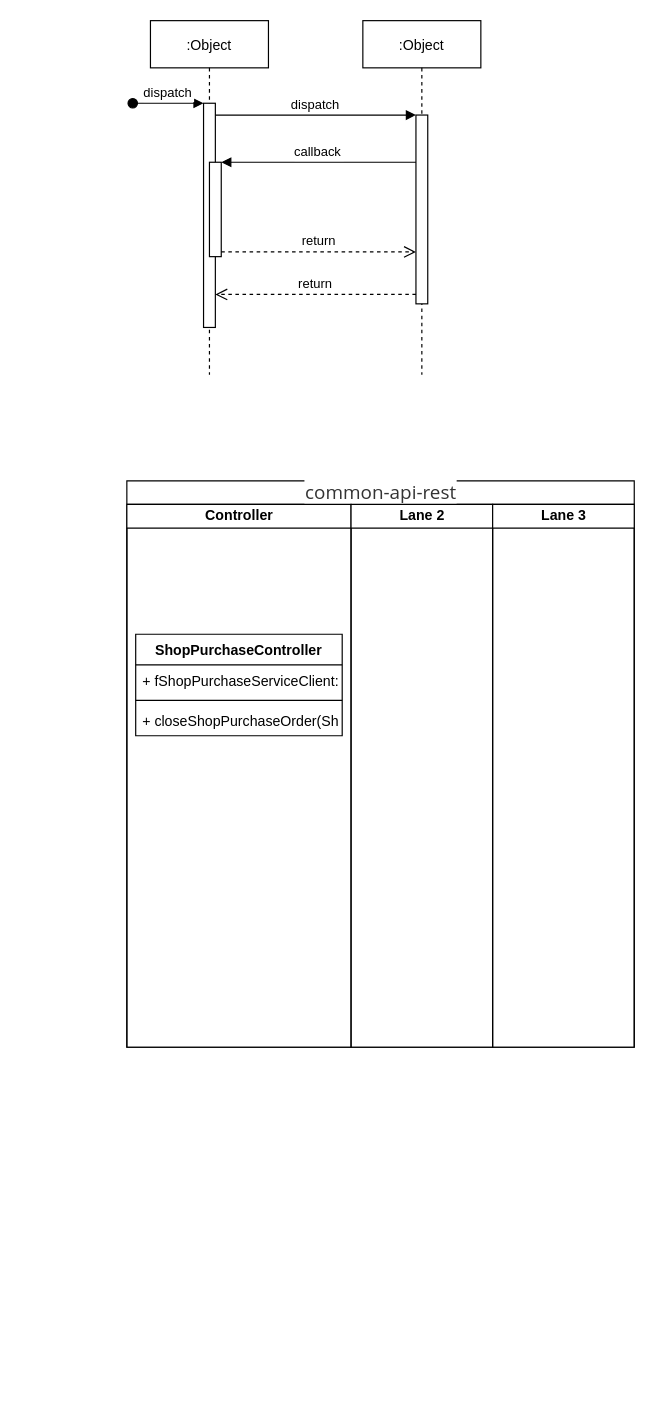
Before: diagrams/门店中心.drawio in libo9527/static, a draw.io diagram. Source tidied: cells renumbered, new cells numbered last; positions are measured from the earlier drawing's top-left corner, leaving out a move shared by most shapes. Both pictures are drawn from the tidied source at 118%, with x=0, y=0 at pixel (126, 20).
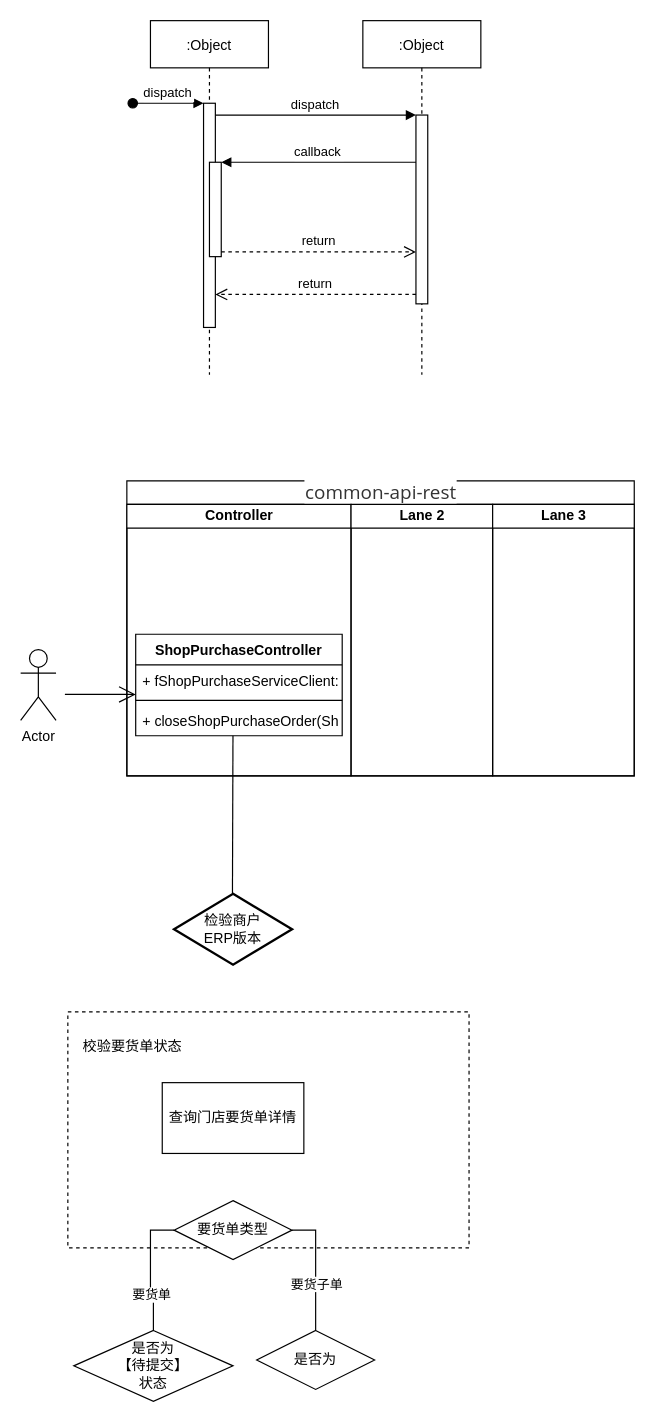
The same diagram, later.

Commit message:
更新门店中心.drawio

Unchanged cells that the change refers to:
```xml
<mxCell id="17" value="+ closeShopPurchaseOrder(ShopPurchaseOrderDto): Integer" style="text;strokeColor=none;fillColor=none;align=left;verticalAlign=top;spacingLeft=4;spacingRight=4;overflow=hidden;points=[[0,0.5],[1,0.5]];portConstraint=eastwest;" parent="14" vertex="1">
  <mxGeometry y="60" width="175" height="26" as="geometry" />
</mxCell>
```

Diff of the diagram source:
```diff
@@
     <mxCell id="12" value="&lt;span style=&quot;color: rgb(51 , 51 , 51) ; font-family: &amp;#34;open sans&amp;#34; , &amp;#34;clear sans&amp;#34; , &amp;#34;helvetica neue&amp;#34; , &amp;#34;helvetica&amp;#34; , &amp;#34;arial&amp;#34; , sans-serif ; font-size: 16px ; font-weight: 400 ; background-color: rgb(255 , 255 , 255)&quot;&gt;common-api-rest&lt;/span&gt;" style="swimlane;html=1;startSize=20;" parent="1" vertex="1">
-      <mxGeometry y="390" width="430" height="480" as="geometry" />
+      <mxGeometry y="390" width="430" height="250" as="geometry" />
     </mxCell>
     <mxCell id="13" value="Controller" style="swimlane;html=1;startSize=20;" parent="12" vertex="1">
-      <mxGeometry y="20" width="190" height="460" as="geometry" />
+      <mxGeometry y="20" width="190" height="230" as="geometry" />
     </mxCell>
@@
+    <mxCell id="20" style="endArrow=open;endFill=1;endSize=12;html=1;" parent="13" edge="1">
+      <mxGeometry relative="1" as="geometry">
+        <mxPoint x="-52.5" y="161" as="sourcePoint" />
+        <mxPoint x="7.5" y="161" as="targetPoint" />
+      </mxGeometry>
+    </mxCell>
+    <mxCell id="21" style="endArrow=none;endFill=0;endSize=12;html=1;exitX=0.471;exitY=1;exitDx=0;exitDy=0;exitPerimeter=0;" parent="13" edge="1" source="17">
+      <mxGeometry relative="1" as="geometry">
+        <mxPoint x="89.5" y="330" as="targetPoint" />
+      </mxGeometry>
+    </mxCell>
     <mxCell id="18" value="Lane 2" style="swimlane;html=1;startSize=20;" parent="12" vertex="1">
-      <mxGeometry x="190" y="20" width="120" height="460" as="geometry" />
+      <mxGeometry x="190" y="20" width="120" height="230" as="geometry" />
     </mxCell>
     <mxCell id="19" value="Lane 3" style="swimlane;html=1;startSize=20;" parent="12" vertex="1">
-      <mxGeometry x="310" y="20" width="120" height="460" as="geometry" />
+      <mxGeometry x="310" y="20" width="120" height="230" as="geometry" />
     </mxCell>
+    <mxCell id="22" value="Actor" style="shape=umlActor;verticalLabelPosition=bottom;verticalAlign=top;html=1;" parent="1" vertex="1">
+      <mxGeometry x="-90" y="533" width="30" height="60" as="geometry" />
+    </mxCell>
+    <mxCell id="23" value="检验商户&lt;br&gt;ERP版本" style="strokeWidth=2;html=1;shape=mxgraph.flowchart.decision;whiteSpace=wrap;" parent="1" vertex="1">
+      <mxGeometry x="40" y="740" width="100" height="60" as="geometry" />
+    </mxCell>
+    <mxCell id="24" style="rounded=0;whiteSpace=wrap;html=1;dashed=1;fillColor=none;" parent="1" vertex="1">
+      <mxGeometry x="-50" y="840" width="340" height="200" as="geometry" />
+    </mxCell>
+    <mxCell id="25" value="校验要货单状态" style="text;html=1;strokeColor=none;fillColor=none;align=center;verticalAlign=middle;whiteSpace=wrap;rounded=0;dashed=1;" parent="1" vertex="1">
+      <mxGeometry x="-40" y="860" width="90" height="20" as="geometry" />
+    </mxCell>
+    <mxCell id="26" value="查询门店要货单详情" style="rounded=0;whiteSpace=wrap;html=1;" parent="1" vertex="1">
+      <mxGeometry x="30" y="900" width="120" height="60" as="geometry" />
+    </mxCell>
+    <mxCell id="27" style="edgeStyle=orthogonalEdgeStyle;rounded=0;jettySize=auto;html=1;entryX=0.5;entryY=0;entryDx=0;entryDy=0;endArrow=none;endFill=0;labelBackgroundColor=#ffffff;exitX=0;exitY=0.5;exitDx=0;exitDy=0;" parent="1" edge="1" source="32" target="33">
+      <mxGeometry relative="1" as="geometry" />
+    </mxCell>
+    <mxCell id="28" value="&lt;pre style=&quot;background-color: rgb(43 , 43 , 43) ; font-family: , monospace ; font-size: 9.8pt ; color: rgb(169 , 183 , 198)&quot;&gt;&lt;br&gt;&lt;/pre&gt;" style="edgeLabel;html=1;align=center;verticalAlign=middle;" parent="27" vertex="1">
+      <mxGeometry x="0.16" y="3" relative="1" as="geometry" />
+    </mxCell>
+    <mxCell id="29" value="要货单" style="edgeLabel;html=1;align=center;verticalAlign=middle;fontColor=#000000;" parent="27" vertex="1">
+      <mxGeometry x="-0.1" relative="1" as="geometry">
+        <mxPoint y="26" as="offset" />
+      </mxGeometry>
+    </mxCell>
+    <mxCell id="30" style="edgeStyle=orthogonalEdgeStyle;rounded=0;jettySize=auto;html=1;entryX=0.5;entryY=0;entryDx=0;entryDy=0;labelBackgroundColor=#ffffff;endArrow=none;endFill=0;strokeColor=#000000;fontColor=#000000;exitX=1;exitY=0.5;exitDx=0;exitDy=0;" parent="1" edge="1" source="32" target="34">
+      <mxGeometry relative="1" as="geometry">
+        <Array as="points">
+          <mxPoint x="160" y="1025" />
+        </Array>
+      </mxGeometry>
+    </mxCell>
+    <mxCell id="31" value="要货子单" style="edgeLabel;html=1;align=center;verticalAlign=middle;fontColor=#000000;" parent="30" vertex="1">
+      <mxGeometry x="0.06" y="-2" relative="1" as="geometry">
+        <mxPoint x="2" y="9" as="offset" />
+      </mxGeometry>
+    </mxCell>
+    <mxCell id="32" value="要货单类型" style="rhombus;whiteSpace=wrap;html=1;fillColor=#ffffff;" parent="1" vertex="1">
+      <mxGeometry x="40" y="1000" width="100" height="50" as="geometry" />
+    </mxCell>
+    <mxCell id="33" value="是否为&lt;br&gt;【待提交】&lt;br&gt;状态" style="rhombus;whiteSpace=wrap;html=1;fillColor=#ffffff;" parent="1" vertex="1">
+      <mxGeometry x="-45" y="1110" width="135" height="60" as="geometry" />
+    </mxCell>
+    <mxCell id="34" value="是否为" style="rhombus;whiteSpace=wrap;html=1;fillColor=#ffffff;" parent="1" vertex="1">
+      <mxGeometry x="110" y="1110" width="100" height="50" as="geometry" />
+    </mxCell>
```
